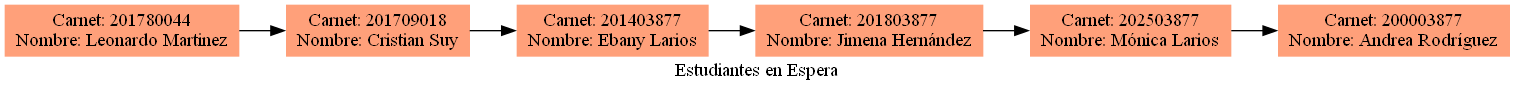
This is EDD_Proyecto1_Fase1/esperando.png from aldomoreira165/EDD_1S2023_PY_202109754, a Graphviz export, as it was before one commit. Its source is kept beside it as EDD_Proyecto1_Fase1/esperando.dot.
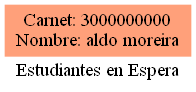
After the commit.

Change to the diagram source:
```diff
@@ -2,22 +2,7 @@
 label="Estudiantes en Espera"
 node[shape=rectangle, style=filled, color=lightsalmon];
 rankdir=LR;
-NODO0[label="Carnet: 201780044
-Nombre: Leonardo Martinez"];
-NODO1[label="Carnet: 201709018
-Nombre: Cristian Suy"];
-NODO2[label="Carnet: 201403877
-Nombre: Ebany Larios"];
-NODO3[label="Carnet: 201803877
-Nombre: Jimena Hernández"];
-NODO4[label="Carnet: 202503877
-Nombre: Mónica Larios"];
-NODO5[label="Carnet: 200003877
-Nombre: Andrea Rodríguez"];
-NODO0->NODO1;
-NODO1->NODO2;
-NODO2->NODO3;
-NODO3->NODO4;
-NODO4->NODO5;
+NODO0[label="Carnet: 3000000000
+Nombre: aldo moreira"];
 
 }
```
